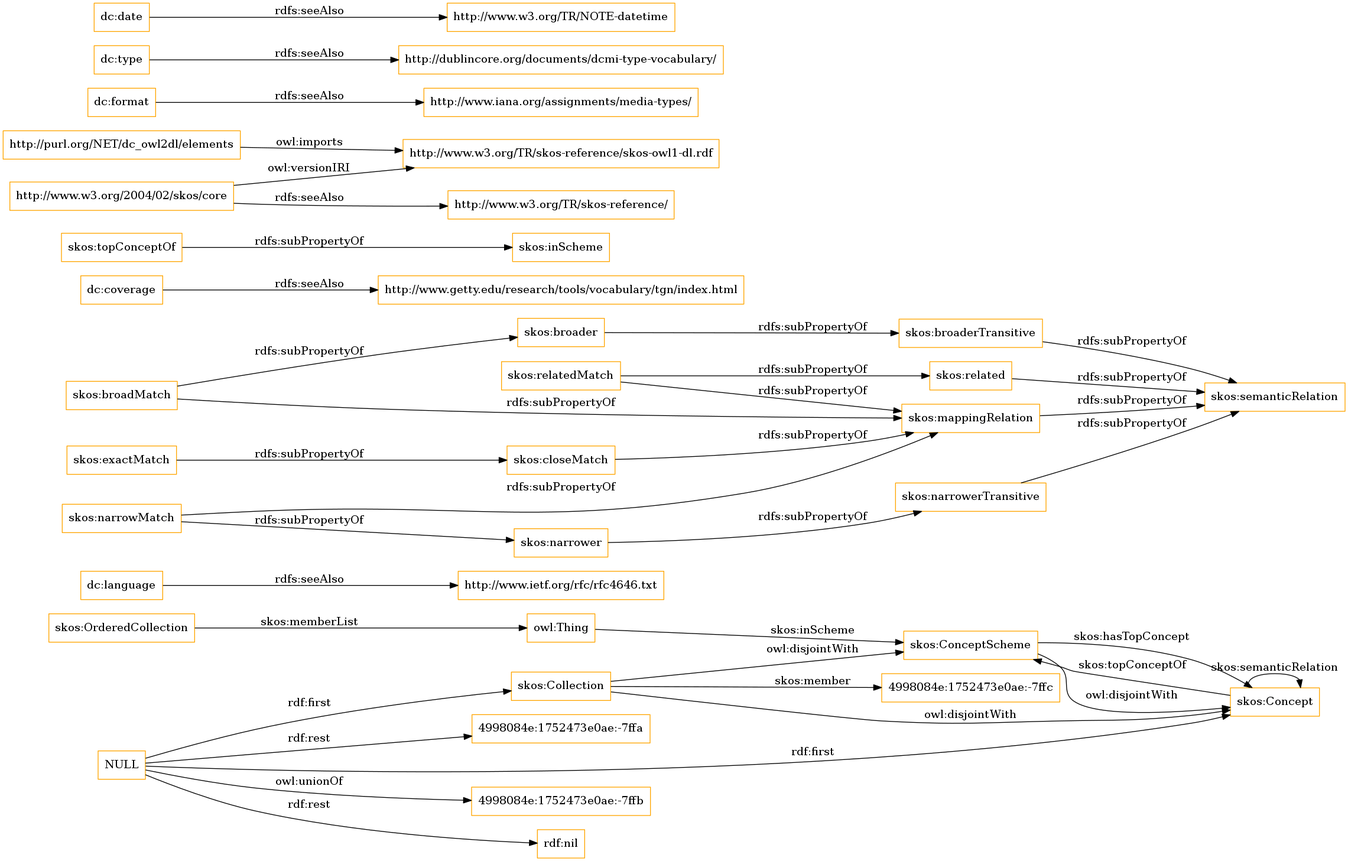
Earlier version of the Graphviz export OnToology/imports/elements.owl/diagrams/ar2dtool-class/elements.owl.png (OnToologyUser/core-ontology-1). Its source is kept beside it as OnToology/imports/elements.owl/diagrams/ar2dtool-class/elements.owl.png.dot.
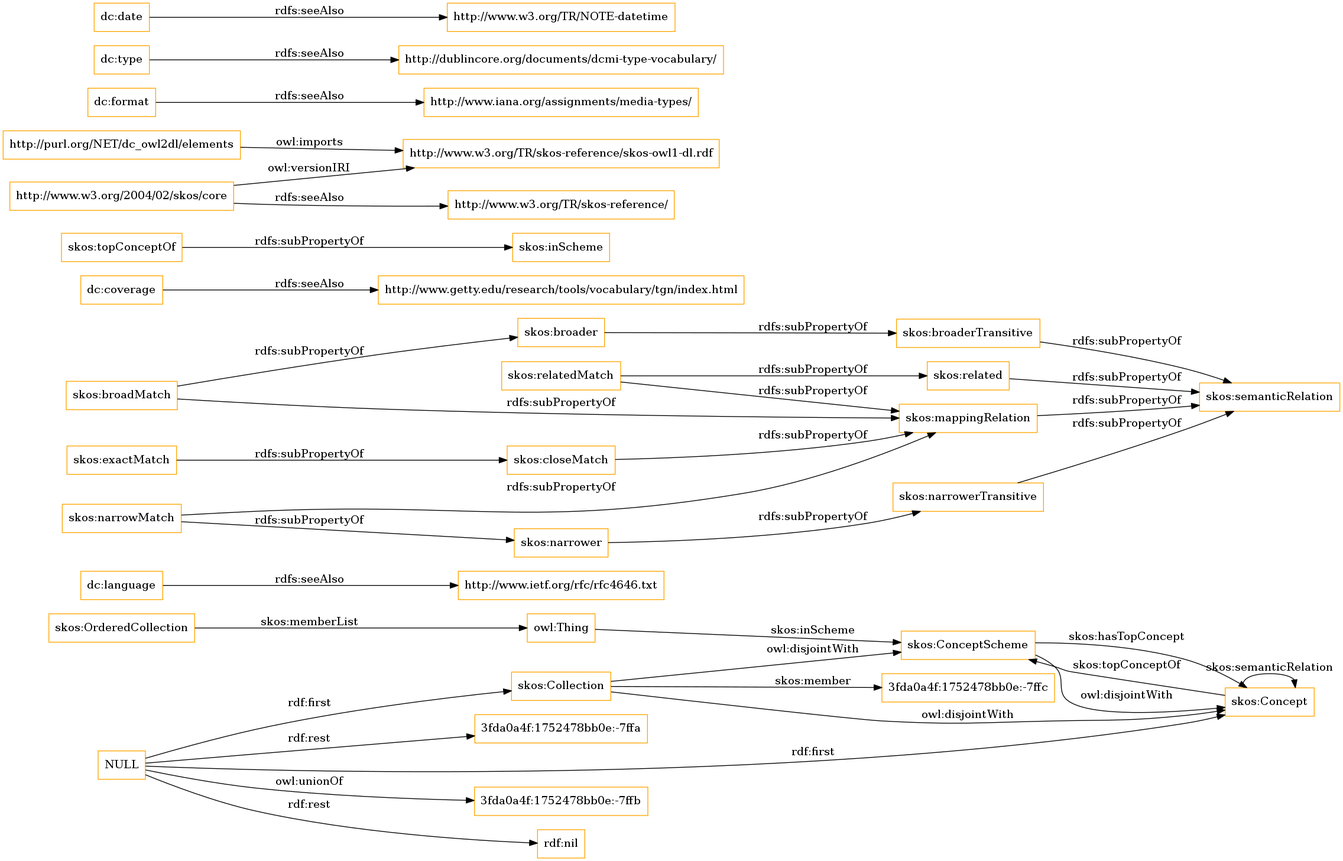
Later version of the same file.

The edit, as a diff of the source:
```diff
@@ -1,12 +1,12 @@
 digraph ar2dtool_diagram {
 rankdir=LR;
 size="1501"
-node [shape = rectangle, color="orange"]; "4998084e:1752473e0ae:-7ffc" "skos:OrderedCollection" "skos:Collection" "skos:ConceptScheme" "skos:Concept" ; /*classes style*/
+node [shape = rectangle, color="orange"]; "3fda0a4f:1752478bb0e:-7ffc" "skos:OrderedCollection" "skos:Collection" "skos:ConceptScheme" "skos:Concept" ; /*classes style*/
 	"dc:language" -> "http://www.ietf.org/rfc/rfc4646.txt" [ label = "rdfs:seeAlso" ];
-	"NULL" -> "4998084e:1752473e0ae:-7ffb" [ label = "owl:unionOf" ];
+	"NULL" -> "3fda0a4f:1752478bb0e:-7ffb" [ label = "owl:unionOf" ];
 	"NULL" -> "rdf:nil" [ label = "rdf:rest" ];
 	"NULL" -> "skos:Collection" [ label = "rdf:first" ];
-	"NULL" -> "4998084e:1752473e0ae:-7ffa" [ label = "rdf:rest" ];
+	"NULL" -> "3fda0a4f:1752478bb0e:-7ffa" [ label = "rdf:rest" ];
 	"NULL" -> "skos:Concept" [ label = "rdf:first" ];
 	"skos:closeMatch" -> "skos:mappingRelation" [ label = "rdfs:subPropertyOf" ];
 	"dc:coverage" -> "http://www.getty.edu/research/tools/vocabulary/tgn/index.html" [ label = "rdfs:seeAlso" ];
@@ -36,7 +36,7 @@
 	"skos:OrderedCollection" -> "owl:Thing" [ label = "skos:memberList" ];
 	"skos:Concept" -> "skos:ConceptScheme" [ label = "skos:topConceptOf" ];
 	"skos:Concept" -> "skos:Concept" [ label = "skos:semanticRelation" ];
-	"skos:Collection" -> "4998084e:1752473e0ae:-7ffc" [ label = "skos:member" ];
+	"skos:Collection" -> "3fda0a4f:1752478bb0e:-7ffc" [ label = "skos:member" ];
 	"skos:ConceptScheme" -> "skos:Concept" [ label = "skos:hasTopConcept" ];
 	"owl:Thing" -> "skos:ConceptScheme" [ label = "skos:inScheme" ];
 
```
